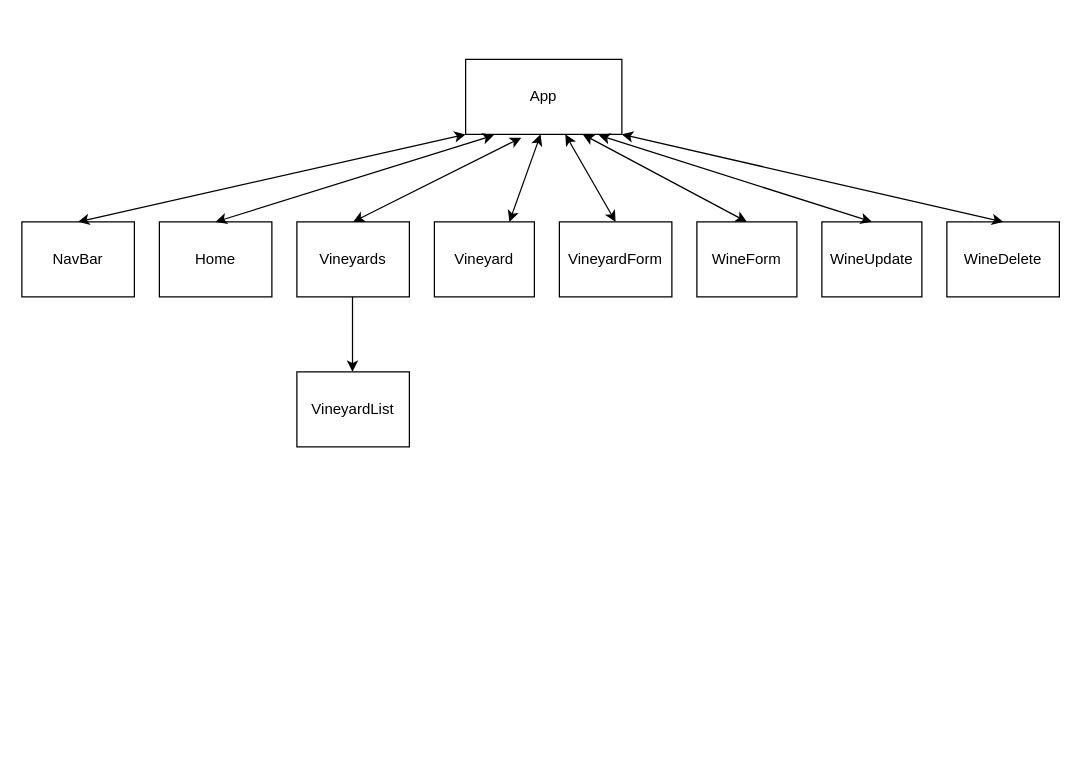
Earlier version of the draw.io diagram public/project.drawio (craigjford/phase-3-sinatra-react-project-frontend). Source tidied: cells renumbered, new cells numbered last; positions are measured from the earlier drawing's top-left corner, leaving out a move shared by most shapes. Both pictures are drawn from the tidied source at 125%, with x=0, y=0 at pixel (21, 59).
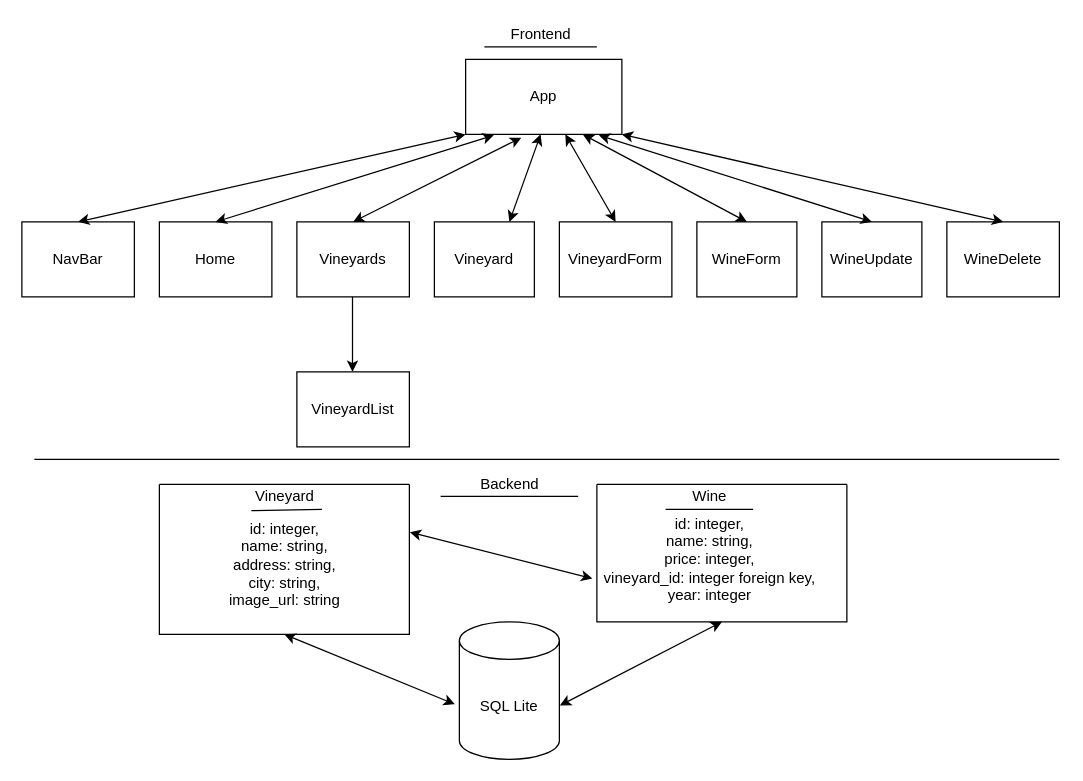
The same page after the edit.

Change to the diagram source:
```diff
@@
+    <mxCell id="21" style="swimlane;startSize=0;" parent="1" vertex="1">
+      <mxGeometry x="110" y="340" width="200" height="120" as="geometry" />
+    </mxCell>
+    <mxCell id="22" value="&lt;br&gt;&lt;br&gt;id: integer,&lt;br&gt;name: string,&lt;br&gt;address: string,&lt;br&gt;city: string,&lt;br&gt;image_url: string" style="text;html=1;align=center;verticalAlign=middle;strokeColor=none;fillColor=none;" parent="21" vertex="1">
+      <mxGeometry x="50" width="100" height="100" as="geometry" />
+    </mxCell>
+    <mxCell id="23" value="Vineyard" style="text;html=1;align=center;verticalAlign=middle;points=[];strokeColor=none;fillColor=none;" parent="1" vertex="1">
+      <mxGeometry x="180" y="340" width="60" height="20" as="geometry" />
+    </mxCell>
+    <mxCell id="24" style="endArrow=none;html=1;exitX=0.06;exitY=1.054;exitDx=0;exitDy=0;exitPerimeter=0;" parent="1" edge="1" source="23">
+      <mxGeometry relative="1" as="geometry">
+        <mxPoint x="240" y="360" as="targetPoint" />
+      </mxGeometry>
+    </mxCell>
+    <mxCell id="25" value="SQL Lite" style="shape=cylinder3;whiteSpace=wrap;html=1;boundedLbl=1;backgroundOutline=1;size=15;" parent="1" vertex="1">
+      <mxGeometry x="350" y="450" width="80" height="110" as="geometry" />
+    </mxCell>
+    <mxCell id="26" style="swimlane;startSize=0;" parent="1" vertex="1">
+      <mxGeometry x="460" y="340" width="200" height="110" as="geometry" />
+    </mxCell>
+    <mxCell id="27" value="Wine" style="text;html=1;align=center;verticalAlign=middle;strokeColor=none;fillColor=none;" parent="26" vertex="1">
+      <mxGeometry x="70" width="40" height="20" as="geometry" />
+    </mxCell>
+    <mxCell id="28" style="endArrow=none;html=1;" parent="26" edge="1">
+      <mxGeometry relative="1" as="geometry">
+        <mxPoint x="55" y="20" as="sourcePoint" />
+        <mxPoint x="125" y="20" as="targetPoint" />
+        <Array as="points">
+          <mxPoint x="55" y="20" />
+        </Array>
+      </mxGeometry>
+    </mxCell>
+    <mxCell id="29" value="id: integer,&lt;br&gt;name: string,&lt;br&gt;price: integer,&lt;br&gt;vineyard_id: integer foreign key,&lt;br&gt;year: integer" style="text;html=1;align=center;verticalAlign=middle;strokeColor=none;fillColor=none;" parent="26" vertex="1">
+      <mxGeometry y="20" width="180" height="80" as="geometry" />
+    </mxCell>
+    <mxCell id="30" style="endArrow=classic;startArrow=classic;html=1;entryX=-0.018;entryY=0.685;entryDx=0;entryDy=0;entryPerimeter=0;exitX=1.002;exitY=0.319;exitDx=0;exitDy=0;exitPerimeter=0;" parent="1" edge="1" source="21" target="26">
+      <mxGeometry relative="1" as="geometry" />
+    </mxCell>
+    <mxCell id="31" style="endArrow=none;html=1;" parent="1" edge="1">
+      <mxGeometry relative="1" as="geometry">
+        <mxPoint x="335" y="349.5" as="sourcePoint" />
+        <mxPoint x="445" y="349.5" as="targetPoint" />
+      </mxGeometry>
+    </mxCell>
+    <mxCell id="32" value="&amp;nbsp; &amp;nbsp; &amp;nbsp; &amp;nbsp; &amp;nbsp; &amp;nbsp; &amp;nbsp; &amp;nbsp; &amp;nbsp; Backend" style="text;html=1;align=center;verticalAlign=middle;strokeColor=none;fillColor=none;" parent="1" vertex="1">
+      <mxGeometry x="300" y="330" width="120" height="20" as="geometry" />
+    </mxCell>
+    <mxCell id="33" style="endArrow=classic;startArrow=classic;html=1;entryX=0.5;entryY=1;entryDx=0;entryDy=0;exitX=-0.045;exitY=0.599;exitDx=0;exitDy=0;exitPerimeter=0;" parent="1" edge="1" source="25" target="21">
+      <mxGeometry relative="1" as="geometry" />
+    </mxCell>
+    <mxCell id="34" style="endArrow=classic;startArrow=classic;html=1;entryX=0.5;entryY=1;entryDx=0;entryDy=0;exitX=1.005;exitY=0.608;exitDx=0;exitDy=0;exitPerimeter=0;" parent="1" edge="1" source="25" target="26">
+      <mxGeometry relative="1" as="geometry" />
+    </mxCell>
+    <mxCell id="35" value="Frontend" style="text;html=1;align=center;verticalAlign=middle;strokeColor=none;fillColor=none;" parent="1" vertex="1">
+      <mxGeometry x="385" y="-30" width="60" height="20" as="geometry" />
+    </mxCell>
+    <mxCell id="36" style="endArrow=none;html=1;" parent="1" edge="1">
+      <mxGeometry relative="1" as="geometry">
+        <mxPoint x="370" y="-10" as="sourcePoint" />
+        <mxPoint x="460" y="-10" as="targetPoint" />
+      </mxGeometry>
+    </mxCell>
+    <mxCell id="37" style="endArrow=none;html=1;" parent="1" edge="1">
+      <mxGeometry relative="1" as="geometry">
+        <mxPoint x="10" y="320" as="sourcePoint" />
+        <mxPoint x="830" y="320" as="targetPoint" />
+      </mxGeometry>
+    </mxCell>
```
